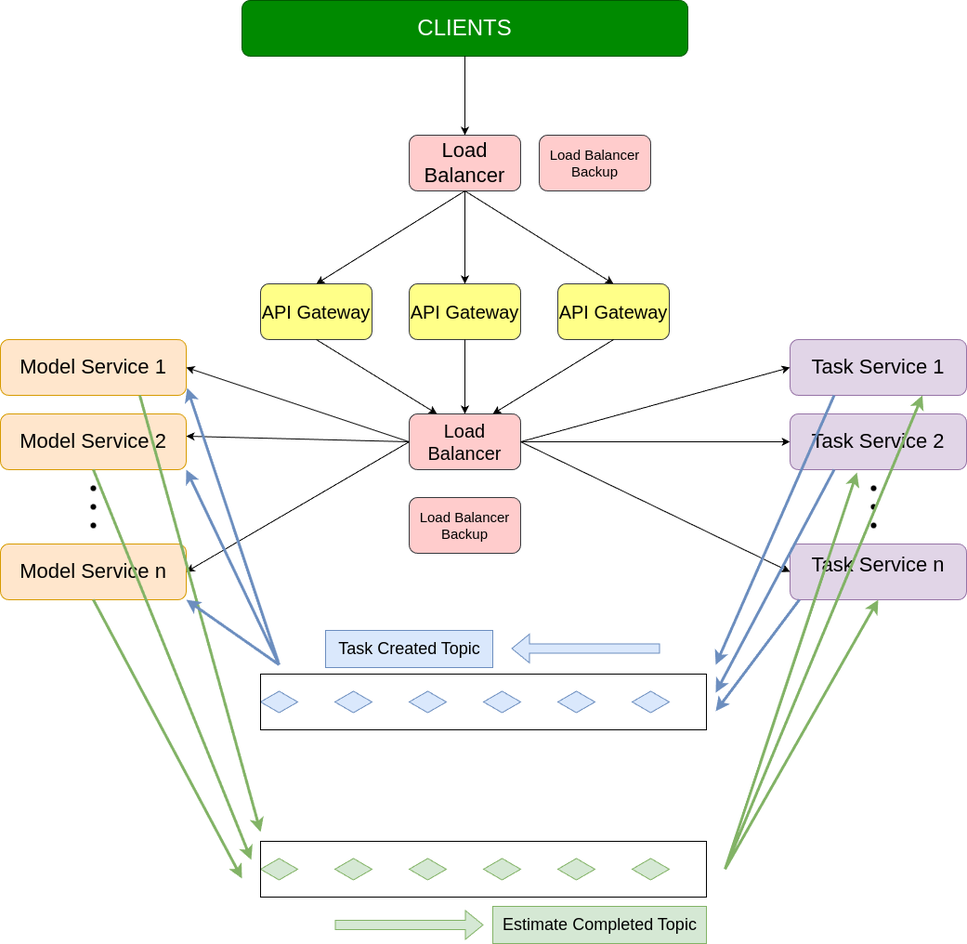
cbisaccia78/SprintWise keeps this draw.io diagram as docs/architecture/SprintWise.png. Above is the earlier version. Source tidied: cells renumbered, new cells last; positions are measured from the earlier drawing's top-left corner, leaving out a move shared by most shapes.
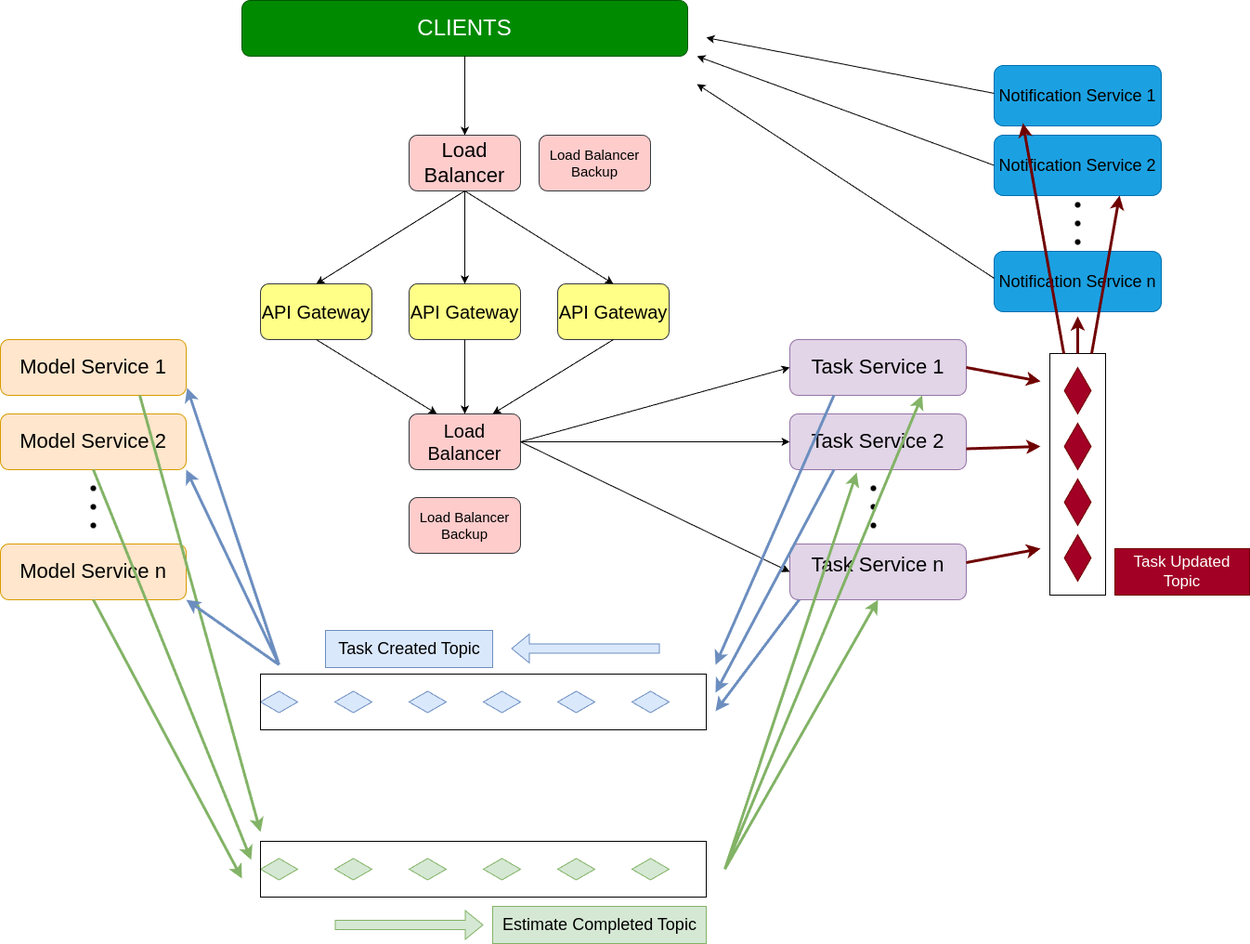
The same file after the commit.

Commit message:
Updated architecture diagram to include notifications

What changed in the source:
```diff
@@ -38,15 +38,6 @@
     <mxCell id="13" value="&lt;font style=&quot;font-size: 22px;&quot;&gt;Task Service n&lt;/font&gt;&lt;div&gt;&lt;br&gt;&lt;/div&gt;" style="rounded=1;whiteSpace=wrap;html=1;fillColor=#e1d5e7;strokeColor=#9673a6;" parent="1" vertex="1">
       <mxGeometry x="850" y="585" width="190" height="60" as="geometry" />
     </mxCell>
-    <mxCell id="14" style="endArrow=classic;html=1;rounded=0;exitX=0;exitY=0.5;exitDx=0;exitDy=0;entryX=1;entryY=0.5;entryDx=0;entryDy=0;" parent="1" edge="1" source="4" target="5">
-      <mxGeometry relative="1" as="geometry" />
-    </mxCell>
-    <mxCell id="15" style="endArrow=classic;html=1;rounded=0;entryX=1;entryY=0.4;entryDx=0;entryDy=0;exitX=0;exitY=0.5;exitDx=0;exitDy=0;entryPerimeter=0;" parent="1" edge="1" source="4" target="6">
-      <mxGeometry relative="1" as="geometry" />
-    </mxCell>
-    <mxCell id="16" style="endArrow=classic;html=1;rounded=0;entryX=1;entryY=0.5;entryDx=0;entryDy=0;exitX=0;exitY=0.5;exitDx=0;exitDy=0;" parent="1" edge="1" source="4" target="10">
-      <mxGeometry relative="1" as="geometry" />
-    </mxCell>
     <mxCell id="17" style="endArrow=classic;html=1;rounded=0;entryX=0;entryY=0.5;entryDx=0;entryDy=0;exitX=1;exitY=0.5;exitDx=0;exitDy=0;" parent="1" edge="1" source="4" target="11">
       <mxGeometry relative="1" as="geometry" />
     </mxCell>
@@ -253,5 +244,87 @@
         <mxPoint x="280" y="905" as="targetPoint" />
       </mxGeometry>
     </mxCell>
+    <mxCell id="69" value="&lt;font style=&quot;font-size: 18px; color: rgb(0, 0, 0);&quot;&gt;Notification Service 1&lt;/font&gt;" style="rounded=1;whiteSpace=wrap;html=1;fillColor=#1ba1e2;fontColor=#ffffff;strokeColor=#006EAF;" parent="1" vertex="1">
+      <mxGeometry x="1070" y="70" width="180" height="65" as="geometry" />
+    </mxCell>
+    <mxCell id="70" value="&lt;font style=&quot;font-size: 18px; color: rgb(0, 0, 0);&quot;&gt;Notification Service 2&lt;/font&gt;" style="rounded=1;whiteSpace=wrap;html=1;fillColor=#1ba1e2;fontColor=#ffffff;strokeColor=#006EAF;" parent="1" vertex="1">
+      <mxGeometry x="1070" y="145" width="180" height="65" as="geometry" />
+    </mxCell>
+    <mxCell id="71" value="&lt;font style=&quot;font-size: 18px; color: rgb(0, 0, 0);&quot;&gt;Notification Service n&lt;/font&gt;" style="rounded=1;whiteSpace=wrap;html=1;fillColor=#1ba1e2;fontColor=#ffffff;strokeColor=#006EAF;" parent="1" vertex="1">
+      <mxGeometry x="1070" y="270" width="180" height="65" as="geometry" />
+    </mxCell>
+    <mxCell id="72" style="shape=waypoint;sketch=0;fillStyle=solid;size=6;fillColor=none;perimeter=centerPerimeter;" parent="1" vertex="1">
+      <mxGeometry x="1150" y="210" width="20" height="20" as="geometry" />
+    </mxCell>
+    <mxCell id="73" style="shape=waypoint;sketch=0;fillStyle=solid;size=6;fillColor=none;perimeter=centerPerimeter;" parent="1" vertex="1">
+      <mxGeometry x="1150" y="230" width="20" height="20" as="geometry" />
+    </mxCell>
+    <mxCell id="74" style="shape=waypoint;sketch=0;fillStyle=solid;size=6;fillColor=none;perimeter=centerPerimeter;" parent="1" vertex="1">
+      <mxGeometry x="1150" y="250" width="20" height="20" as="geometry" />
+    </mxCell>
+    <mxCell id="75" style="endArrow=classic;html=1;rounded=0;" parent="1" edge="1">
+      <mxGeometry relative="1" as="geometry">
+        <mxPoint x="1070" y="100" as="sourcePoint" />
+        <mxPoint x="760" y="40" as="targetPoint" />
+      </mxGeometry>
+    </mxCell>
+    <mxCell id="76" style="endArrow=classic;html=1;rounded=0;exitX=0;exitY=0.5;exitDx=0;exitDy=0;" parent="1" edge="1" source="70">
+      <mxGeometry relative="1" as="geometry">
+        <mxPoint x="750" y="60" as="targetPoint" />
+      </mxGeometry>
+    </mxCell>
+    <mxCell id="77" style="endArrow=classic;html=1;rounded=0;exitX=0;exitY=0.5;exitDx=0;exitDy=0;" parent="1" edge="1">
+      <mxGeometry relative="1" as="geometry">
+        <mxPoint x="1070" y="299" as="sourcePoint" />
+        <mxPoint x="750" y="90" as="targetPoint" />
+      </mxGeometry>
+    </mxCell>
+    <mxCell id="78" style="rounded=0;whiteSpace=wrap;html=1;direction=south;" parent="1" vertex="1">
+      <mxGeometry x="1130" y="380" width="60" height="260" as="geometry" />
+    </mxCell>
+    <mxCell id="79" value="&lt;font style=&quot;font-size: 17px;&quot;&gt;Task Updated Topic&lt;/font&gt;" style="rounded=0;whiteSpace=wrap;html=1;direction=west;fillColor=#a20025;fontColor=#ffffff;strokeColor=#6F0000;" parent="1" vertex="1">
+      <mxGeometry x="1200" y="590" width="145" height="50" as="geometry" />
+    </mxCell>
+    <mxCell id="80" style="html=1;whiteSpace=wrap;shape=isoRectangle;direction=south;fillColor=#a20025;fontColor=#ffffff;strokeColor=#6F0000;" parent="1" vertex="1">
+      <mxGeometry x="1145" y="395" width="30" height="50" as="geometry" />
+    </mxCell>
+    <mxCell id="81" style="html=1;whiteSpace=wrap;shape=isoRectangle;direction=south;fillColor=#a20025;fontColor=#ffffff;strokeColor=#6F0000;" parent="1" vertex="1">
+      <mxGeometry x="1145" y="455" width="30" height="50" as="geometry" />
+    </mxCell>
+    <mxCell id="82" style="html=1;whiteSpace=wrap;shape=isoRectangle;direction=south;fillColor=#a20025;fontColor=#ffffff;strokeColor=#6F0000;" parent="1" vertex="1">
+      <mxGeometry x="1145" y="515" width="30" height="50" as="geometry" />
+    </mxCell>
+    <mxCell id="83" style="html=1;whiteSpace=wrap;shape=isoRectangle;direction=south;fillColor=#a20025;fontColor=#ffffff;strokeColor=#6F0000;" parent="1" vertex="1">
+      <mxGeometry x="1145" y="575" width="30" height="50" as="geometry" />
+    </mxCell>
+    <mxCell id="84" style="endArrow=classic;html=1;rounded=0;strokeWidth=3;fillColor=#a20025;strokeColor=#6F0000;" parent="1" edge="1">
+      <mxGeometry relative="1" as="geometry">
+        <mxPoint x="1040" y="605" as="sourcePoint" />
+        <mxPoint x="1120" y="590" as="targetPoint" />
+      </mxGeometry>
+    </mxCell>
+    <mxCell id="85" style="endArrow=classic;html=1;rounded=0;strokeWidth=3;fillColor=#a20025;strokeColor=#6F0000;" parent="1" edge="1">
+      <mxGeometry relative="1" as="geometry">
+        <mxPoint x="1040" y="395" as="sourcePoint" />
+        <mxPoint x="1120" y="410" as="targetPoint" />
+      </mxGeometry>
+    </mxCell>
+    <mxCell id="86" style="endArrow=classic;html=1;rounded=0;strokeWidth=3;fillColor=#a20025;strokeColor=#6F0000;" parent="1" edge="1">
+      <mxGeometry relative="1" as="geometry">
+        <mxPoint x="1040" y="482.5" as="sourcePoint" />
+        <mxPoint x="1120" y="480" as="targetPoint" />
+      </mxGeometry>
+    </mxCell>
+    <mxCell id="87" style="endArrow=classic;html=1;rounded=0;strokeWidth=3;fillColor=#a20025;strokeColor=#6F0000;exitX=0;exitY=0.5;exitDx=0;exitDy=0;" parent="1" edge="1" source="78">
+      <mxGeometry relative="1" as="geometry">
+        <mxPoint x="1160" y="340" as="targetPoint" />
+      </mxGeometry>
+    </mxCell>
+    <mxCell id="88" style="endArrow=classic;html=1;rounded=0;strokeWidth=3;fillColor=#a20025;strokeColor=#6F0000;exitX=0;exitY=0.25;exitDx=0;exitDy=0;entryX=0.75;entryY=1;entryDx=0;entryDy=0;" parent="1" edge="1" source="78" target="70">
+      <mxGeometry relative="1" as="geometry" />
+    </mxCell>
+    <mxCell id="89" style="endArrow=classic;html=1;rounded=0;strokeWidth=3;fillColor=#a20025;strokeColor=#6F0000;exitX=0;exitY=0.75;exitDx=0;exitDy=0;entryX=0.172;entryY=0.954;entryDx=0;entryDy=0;entryPerimeter=0;" parent="1" edge="1" source="78" target="69">
+      <mxGeometry relative="1" as="geometry" />
+    </mxCell>
   </root>
 </mxGraphModel>
```
